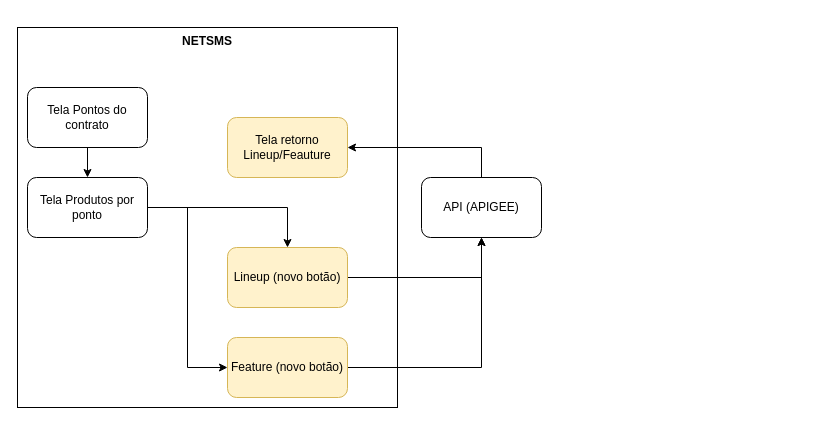
This is Botão lineup.drawio from samirali/ClaroBrasil, a draw.io file, before an edit. Source tidied: cells renumbered, new cells numbered last; positions are measured from the earlier drawing's top-left corner, leaving out a move shared by most shapes. Both pictures are drawn from the tidied source at 100%, with x=0, y=0 at pixel (17, 27).
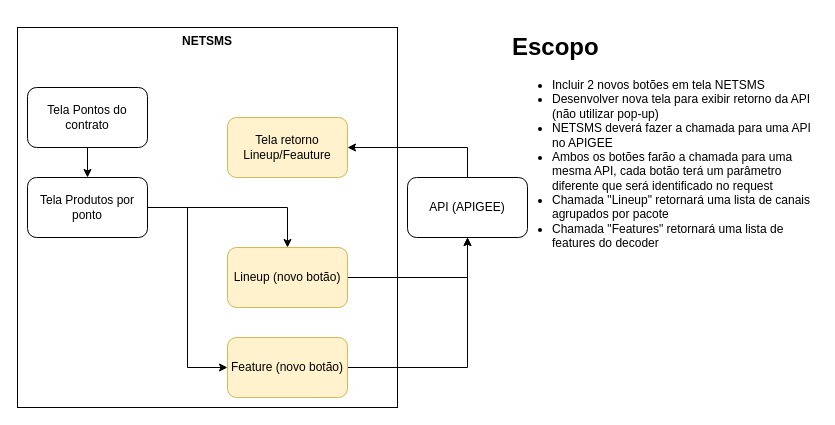
Above is the later version.

Diff of the diagram source:
```diff
@@
 <mxGraphModel>
   <root>
     <mxCell id="0" />
     <mxCell id="1" parent="0" />
     <mxCell id="2" value="&lt;b&gt;NETSMS&lt;/b&gt;" style="whiteSpace=wrap;html=1;verticalAlign=top;" parent="1" vertex="1">
       <mxGeometry width="380" height="380" as="geometry" />
     </mxCell>
     <mxCell id="3" style="edgeStyle=orthogonalEdgeStyle;rounded=0;jettySize=auto;html=1;" parent="1" edge="1" source="4" target="9">
       <mxGeometry relative="1" as="geometry" />
     </mxCell>
     <mxCell id="4" value="Tela Pontos do contrato" style="rounded=1;whiteSpace=wrap;html=1;" parent="1" vertex="1">
       <mxGeometry x="10" y="60" width="120" height="60" as="geometry" />
     </mxCell>
-    <mxCell id="5" style="edgeStyle=orthogonalEdgeStyle;rounded=0;jettySize=auto;html=1;entryX=1;entryY=0.5;entryDx=0;entryDy=0;" parent="1" edge="1" source="6" target="14">
+    <mxCell id="5" style="edgeStyle=orthogonalEdgeStyle;rounded=0;jettySize=auto;html=1;entryX=1;entryY=0.5;entryDx=0;entryDy=0;exitX=0.5;exitY=0;exitDx=0;exitDy=0;" parent="1" edge="1" source="6" target="14">
       <mxGeometry relative="1" as="geometry">
         <Array as="points">
-          <mxPoint x="464" y="120" />
+          <mxPoint x="450" y="120" />
         </Array>
       </mxGeometry>
     </mxCell>
     <mxCell id="6" value="API (APIGEE)" style="rounded=1;whiteSpace=wrap;html=1;" parent="1" vertex="1">
-      <mxGeometry x="404" y="150" width="120" height="60" as="geometry" />
+      <mxGeometry x="390" y="150" width="120" height="60" as="geometry" />
     </mxCell>
     <mxCell id="7" style="edgeStyle=orthogonalEdgeStyle;rounded=0;jettySize=auto;html=1;" parent="1" edge="1" source="9" target="11">
       <mxGeometry relative="1" as="geometry" />
     </mxCell>
     <mxCell id="8" style="edgeStyle=orthogonalEdgeStyle;rounded=0;jettySize=auto;html=1;entryX=0;entryY=0.5;entryDx=0;entryDy=0;" parent="1" edge="1" source="9" target="13">
       <mxGeometry relative="1" as="geometry" />
     </mxCell>
     <mxCell id="9" value="Tela Produtos por ponto" style="rounded=1;whiteSpace=wrap;html=1;" parent="1" vertex="1">
       <mxGeometry x="10" y="150" width="120" height="60" as="geometry" />
     </mxCell>
     <mxCell id="10" style="edgeStyle=orthogonalEdgeStyle;rounded=0;jettySize=auto;html=1;entryX=0.5;entryY=1;entryDx=0;entryDy=0;" parent="1" edge="1" source="11" target="6">
       <mxGeometry relative="1" as="geometry" />
     </mxCell>
     <mxCell id="11" value="Lineup (novo botão)" style="rounded=1;whiteSpace=wrap;html=1;fillColor=#fff2cc;strokeColor=#d6b656;" parent="1" vertex="1">
       <mxGeometry x="210" y="220" width="120" height="60" as="geometry" />
     </mxCell>
     <mxCell id="12" style="edgeStyle=orthogonalEdgeStyle;rounded=0;jettySize=auto;html=1;entryX=0.5;entryY=1;entryDx=0;entryDy=0;" parent="1" edge="1" source="13" target="6">
       <mxGeometry relative="1" as="geometry" />
     </mxCell>
     <mxCell id="13" value="Feature (novo botão)" style="rounded=1;whiteSpace=wrap;html=1;fillColor=#fff2cc;strokeColor=#d6b656;" parent="1" vertex="1">
       <mxGeometry x="210" y="310" width="120" height="60" as="geometry" />
     </mxCell>
     <mxCell id="14" value="Tela retorno Lineup/Feauture" style="rounded=1;whiteSpace=wrap;html=1;fillColor=#fff2cc;strokeColor=#d6b656;" parent="1" vertex="1">
       <mxGeometry x="210" y="90" width="120" height="60" as="geometry" />
     </mxCell>
+    <mxCell id="15" value="&lt;h1&gt;Escopo&lt;/h1&gt;&lt;p&gt;&lt;/p&gt;&lt;ul&gt;&lt;li&gt;Incluir 2 novos botões em tela NETSMS&lt;/li&gt;&lt;li&gt;Desenvolver nova tela para exibir retorno da API (não utilizar pop-up)&lt;/li&gt;&lt;li&gt;NETSMS deverá fazer a chamada para uma API no APIGEE&lt;/li&gt;&lt;li&gt;Ambos os botões farão a chamada para uma mesma API, cada botão terá um parâmetro diferente que será identificado no request&lt;/li&gt;&lt;li&gt;Chamada &quot;Lineup&quot; retornará uma lista de canais agrupados por pacote&lt;/li&gt;&lt;li&gt;Chamada &quot;Features&quot; retornará uma lista de features do decoder&lt;/li&gt;&lt;/ul&gt;&lt;p&gt;&lt;/p&gt;" style="text;html=1;strokeColor=none;fillColor=none;spacing=5;spacingTop=-20;whiteSpace=wrap;overflow=hidden;rounded=0;" parent="1" vertex="1">
+      <mxGeometry x="490" width="310" height="310" as="geometry" />
+    </mxCell>
   </root>
 </mxGraphModel>
```
